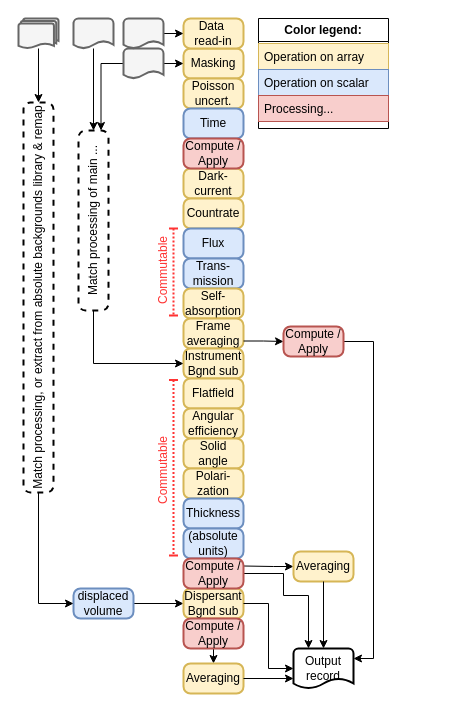
Above: docs/full_flow.drawio in BAMresearch/MoDaCor (draw.io), before the change. Source tidied: cells renumbered, new cells numbered last; positions are measured from the earlier drawing's top-left corner, leaving out a move shared by most shapes. Both pictures are drawn from the tidied source at 100%, with x=0, y=0 at pixel (-157, 18).
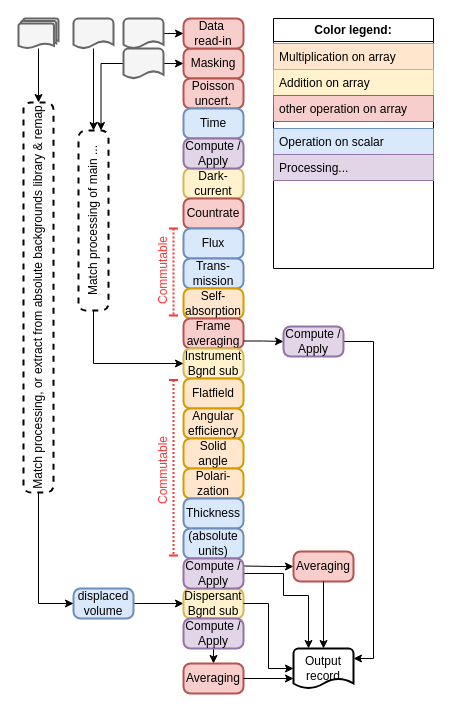
The same diagram, later.

Commit message (it also covers changes not shown here):
Simplifying BaseData to make it workable

The edit, as a diff of the source:
```diff
@@
-    <mxCell id="3" value="Masking" style="rounded=1;whiteSpace=wrap;html=1;absoluteArcSize=1;arcSize=14;strokeWidth=2;fillColor=#fff2cc;strokeColor=#d6b656;" parent="1" vertex="1">
+    <mxCell id="3" value="Masking" style="rounded=1;whiteSpace=wrap;html=1;absoluteArcSize=1;arcSize=14;strokeWidth=2;fillColor=#f8cecc;strokeColor=#b85450;" parent="1" vertex="1">
       <mxGeometry x="340" y="30" width="60" height="30" as="geometry" />
     </mxCell>
@@
-    <mxCell id="7" value="Poisson uncert." style="rounded=1;whiteSpace=wrap;html=1;absoluteArcSize=1;arcSize=14;strokeWidth=2;fillColor=#fff2cc;strokeColor=#d6b656;" parent="1" vertex="1">
+    <mxCell id="7" value="Poisson uncert." style="rounded=1;whiteSpace=wrap;html=1;absoluteArcSize=1;arcSize=14;strokeWidth=2;fillColor=#f8cecc;strokeColor=#b85450;" parent="1" vertex="1">
       <mxGeometry x="340" y="60" width="60" height="30" as="geometry" />
     </mxCell>
@@
-    <mxCell id="10" value="Countrate" style="rounded=1;whiteSpace=wrap;html=1;absoluteArcSize=1;arcSize=14;strokeWidth=2;fillColor=#fff2cc;strokeColor=#d6b656;" parent="1" vertex="1">
+    <mxCell id="10" value="Countrate" style="rounded=1;whiteSpace=wrap;html=1;absoluteArcSize=1;arcSize=14;strokeWidth=2;fillColor=#f8cecc;strokeColor=#b85450;" parent="1" vertex="1">
       <mxGeometry x="340" y="180" width="60" height="30" as="geometry" />
     </mxCell>
@@
-    <mxCell id="13" value="Self-absorption" style="rounded=1;whiteSpace=wrap;html=1;absoluteArcSize=1;arcSize=14;strokeWidth=2;fillColor=#fff2cc;strokeColor=#d6b656;" parent="1" vertex="1">
+    <mxCell id="13" value="Self-absorption" style="rounded=1;whiteSpace=wrap;html=1;absoluteArcSize=1;arcSize=14;strokeWidth=2;fillColor=#ffe6cc;strokeColor=#d79b00;" parent="1" vertex="1">
       <mxGeometry x="340" y="270" width="60" height="30" as="geometry" />
     </mxCell>
-    <mxCell id="14" value="Frame averaging" style="rounded=1;whiteSpace=wrap;html=1;absoluteArcSize=1;arcSize=14;strokeWidth=2;fillColor=#fff2cc;strokeColor=#d6b656;" parent="1" vertex="1">
+    <mxCell id="14" value="Frame averaging" style="rounded=1;whiteSpace=wrap;html=1;absoluteArcSize=1;arcSize=14;strokeWidth=2;fillColor=#f8cecc;strokeColor=#b85450;" parent="1" vertex="1">
       <mxGeometry x="340" y="300" width="60" height="30" as="geometry" />
     </mxCell>
@@
-    <mxCell id="16" value="Flatfield" style="rounded=1;whiteSpace=wrap;html=1;absoluteArcSize=1;arcSize=14;strokeWidth=2;fillColor=#fff2cc;strokeColor=#d6b656;" parent="1" vertex="1">
+    <mxCell id="16" value="Flatfield" style="rounded=1;whiteSpace=wrap;html=1;absoluteArcSize=1;arcSize=14;strokeWidth=2;fillColor=#ffe6cc;strokeColor=#d79b00;" parent="1" vertex="1">
       <mxGeometry x="340" y="360" width="60" height="30" as="geometry" />
     </mxCell>
-    <mxCell id="17" value="Angular efficiency" style="rounded=1;whiteSpace=wrap;html=1;absoluteArcSize=1;arcSize=14;strokeWidth=2;fillColor=#fff2cc;strokeColor=#d6b656;" parent="1" vertex="1">
+    <mxCell id="17" value="Angular efficiency" style="rounded=1;whiteSpace=wrap;html=1;absoluteArcSize=1;arcSize=14;strokeWidth=2;fillColor=#ffe6cc;strokeColor=#d79b00;" parent="1" vertex="1">
       <mxGeometry x="340" y="390" width="60" height="30" as="geometry" />
     </mxCell>
-    <mxCell id="18" value="Solid angle" style="rounded=1;whiteSpace=wrap;html=1;absoluteArcSize=1;arcSize=14;strokeWidth=2;fillColor=#fff2cc;strokeColor=#d6b656;" parent="1" vertex="1">
+    <mxCell id="18" value="Solid angle" style="rounded=1;whiteSpace=wrap;html=1;absoluteArcSize=1;arcSize=14;strokeWidth=2;fillColor=#ffe6cc;strokeColor=#d79b00;" parent="1" vertex="1">
       <mxGeometry x="340" y="420" width="60" height="30" as="geometry" />
     </mxCell>
-    <mxCell id="19" value="Polari-zation" style="rounded=1;whiteSpace=wrap;html=1;absoluteArcSize=1;arcSize=14;strokeWidth=2;fillColor=#fff2cc;strokeColor=#d6b656;" parent="1" vertex="1">
+    <mxCell id="19" value="Polari-zation" style="rounded=1;whiteSpace=wrap;html=1;absoluteArcSize=1;arcSize=14;strokeWidth=2;fillColor=#ffe6cc;strokeColor=#d79b00;" parent="1" vertex="1">
       <mxGeometry x="340" y="450" width="60" height="30" as="geometry" />
     </mxCell>
@@
-    <mxCell id="27" value="Averaging" style="rounded=1;whiteSpace=wrap;html=1;absoluteArcSize=1;arcSize=14;strokeWidth=2;fillColor=#fff2cc;strokeColor=#d6b656;" parent="1" vertex="1">
+    <mxCell id="27" value="Averaging" style="rounded=1;whiteSpace=wrap;html=1;absoluteArcSize=1;arcSize=14;strokeWidth=2;fillColor=#f8cecc;strokeColor=#b85450;" parent="1" vertex="1">
       <mxGeometry x="340" y="645" width="60" height="30" as="geometry" />
     </mxCell>
-    <mxCell id="28" value="Data&amp;nbsp;&lt;div&gt;read-in&lt;/div&gt;" style="rounded=1;whiteSpace=wrap;html=1;absoluteArcSize=1;arcSize=14;strokeWidth=2;fillColor=#fff2cc;strokeColor=#d6b656;" parent="1" vertex="1">
+    <mxCell id="28" value="Data&amp;nbsp;&lt;div&gt;read-in&lt;/div&gt;" style="rounded=1;whiteSpace=wrap;html=1;absoluteArcSize=1;arcSize=14;strokeWidth=2;fillColor=#f8cecc;strokeColor=#b85450;" parent="1" vertex="1">
       <mxGeometry x="340" width="60" height="30" as="geometry" />
     </mxCell>
@@
-    <mxCell id="46" value="Averaging" style="rounded=1;whiteSpace=wrap;html=1;absoluteArcSize=1;arcSize=14;strokeWidth=2;fillColor=#fff2cc;strokeColor=#d6b656;" parent="1" vertex="1">
+    <mxCell id="46" value="Averaging" style="rounded=1;whiteSpace=wrap;html=1;absoluteArcSize=1;arcSize=14;strokeWidth=2;fillColor=#f8cecc;strokeColor=#b85450;" parent="1" vertex="1">
       <mxGeometry x="450" y="533" width="60" height="30" as="geometry" />
     </mxCell>
@@
     <mxCell id="49" value="Color legend:" style="swimlane;whiteSpace=wrap;html=1;" parent="1" vertex="1">
-      <mxGeometry x="415" width="130" height="110" as="geometry" />
+      <mxGeometry x="430" width="160" height="250" as="geometry" />
     </mxCell>
-    <mxCell id="50" value="Operation on array" style="text;align=left;verticalAlign=top;spacingLeft=4;spacingRight=4;overflow=hidden;fillColor=#fff2cc;strokeColor=#d6b656;" parent="49" vertex="1">
-      <mxGeometry y="25" width="130" height="26" as="geometry" />
+    <mxCell id="50" value="Multiplication on array" style="text;align=left;verticalAlign=top;spacingLeft=4;spacingRight=4;overflow=hidden;fillColor=#ffe6cc;strokeColor=#d79b00;" parent="49" vertex="1">
+      <mxGeometry y="25" width="160" height="26" as="geometry" />
     </mxCell>
     <mxCell id="51" value="Operation on scalar" style="text;align=left;verticalAlign=top;spacingLeft=4;spacingRight=4;overflow=hidden;fillColor=#dae8fc;strokeColor=#6c8ebf;" parent="49" vertex="1">
-      <mxGeometry y="51" width="130" height="26" as="geometry" />
+      <mxGeometry y="110" width="160" height="26" as="geometry" />
     </mxCell>
-    <mxCell id="52" value="Processing..." style="text;align=left;verticalAlign=top;spacingLeft=4;spacingRight=4;overflow=hidden;fillColor=#f8cecc;strokeColor=#b85450;" parent="49" vertex="1">
-      <mxGeometry y="77" width="130" height="26" as="geometry" />
+    <mxCell id="52" value="Processing..." style="text;align=left;verticalAlign=top;spacingLeft=4;spacingRight=4;overflow=hidden;fillColor=#e1d5e7;strokeColor=#9673a6;" parent="49" vertex="1">
+      <mxGeometry y="136" width="160" height="26" as="geometry" />
     </mxCell>
+    <mxCell id="58" value="Addition on array" style="text;align=left;verticalAlign=top;spacingLeft=4;spacingRight=4;overflow=hidden;fillColor=#fff2cc;strokeColor=#d6b656;" parent="49" vertex="1">
+      <mxGeometry y="51" width="160" height="26" as="geometry" />
+    </mxCell>
+    <mxCell id="59" value="other operation on array" style="text;align=left;verticalAlign=top;spacingLeft=4;spacingRight=4;overflow=hidden;fillColor=#f8cecc;strokeColor=#b85450;" parent="49" vertex="1">
+      <mxGeometry y="77" width="160" height="26" as="geometry" />
+    </mxCell>
-    <mxCell id="53" value="Compute / Apply" style="rounded=1;whiteSpace=wrap;html=1;absoluteArcSize=1;arcSize=14;strokeWidth=2;fillColor=#f8cecc;strokeColor=#b85450;" parent="1" vertex="1">
+    <mxCell id="53" value="Compute / Apply" style="rounded=1;whiteSpace=wrap;html=1;absoluteArcSize=1;arcSize=14;strokeWidth=2;fillColor=#e1d5e7;strokeColor=#9673a6;" parent="1" vertex="1">
       <mxGeometry x="340" y="120" width="60" height="30" as="geometry" />
     </mxCell>
@@
-    <mxCell id="55" value="Compute / Apply" style="rounded=1;whiteSpace=wrap;html=1;absoluteArcSize=1;arcSize=14;strokeWidth=2;fillColor=#f8cecc;strokeColor=#b85450;" parent="1" vertex="1">
+    <mxCell id="55" value="Compute / Apply" style="rounded=1;whiteSpace=wrap;html=1;absoluteArcSize=1;arcSize=14;strokeWidth=2;fillColor=#e1d5e7;strokeColor=#9673a6;" parent="1" vertex="1">
       <mxGeometry x="440" y="308" width="60" height="30" as="geometry" />
     </mxCell>
-    <mxCell id="56" value="Compute / Apply" style="rounded=1;whiteSpace=wrap;html=1;absoluteArcSize=1;arcSize=14;strokeWidth=2;fillColor=#f8cecc;strokeColor=#b85450;" parent="1" vertex="1">
+    <mxCell id="56" value="Compute / Apply" style="rounded=1;whiteSpace=wrap;html=1;absoluteArcSize=1;arcSize=14;strokeWidth=2;fillColor=#e1d5e7;strokeColor=#9673a6;" parent="1" vertex="1">
       <mxGeometry x="340" y="540" width="60" height="30" as="geometry" />
     </mxCell>
-    <mxCell id="57" value="Compute / Apply" style="rounded=1;whiteSpace=wrap;html=1;absoluteArcSize=1;arcSize=14;strokeWidth=2;fillColor=#f8cecc;strokeColor=#b85450;" parent="1" vertex="1">
+    <mxCell id="57" value="Compute / Apply" style="rounded=1;whiteSpace=wrap;html=1;absoluteArcSize=1;arcSize=14;strokeWidth=2;fillColor=#e1d5e7;strokeColor=#9673a6;" parent="1" vertex="1">
       <mxGeometry x="340" y="600" width="60" height="30" as="geometry" />
     </mxCell>
```
